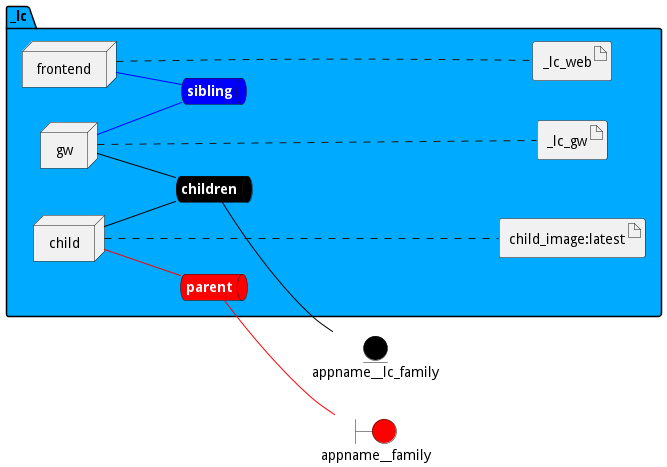
This is docs/sabr/aml/lc/envs/test/deployment.png from madajaju/sabr, a PlantUML export, as it was before one commit. Source of this version:
```plantuml
@startuml

left to right direction


boundary appname__family #red


entity appname__lc_family #black




package "_lc" #00aaff {
    queue childrennet #black [
            <b><color:white>children</color></b>
    ]

    childrennet -[#black]- appname__lc_family

    queue siblingnet #blue [
            <b><color:white>sibling</color></b>
    ]

    queue parentnet #red [
            <b><color:white>parent</color></b>
    ]

    parentnet -[#red]- appname__family


node "child" as childService
node "frontend" as frontendService
node "gw" as gwService


        artifact "child_image:latest" as child_imagelatestimage

        artifact "_lc_web" as _lc_webimage

        artifact "_lc_gw" as _lc_gwimage

}

childService -[#black]- childrennet

childService -[#red]- parentnet

frontendService -[#blue]- siblingnet

gwService -[#black]- childrennet

gwService -[#blue]- siblingnet
childService .... child_imagelatestimage
frontendService .... _lc_webimage
gwService .... _lc_gwimage


@enduml
```
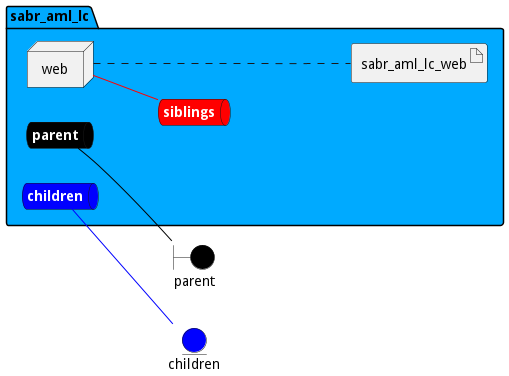
The same diagram one commit later.

Diff of the diagram source:
```diff
@@ -3,57 +3,41 @@
 left to right direction
 
 
-boundary appname__family #red
+boundary parent #black
 
 
-entity appname__lc_family #black
+entity children #blue
 
 
 
 
-package "_lc" #00aaff {
-    queue childrennet #black [
+package "sabr_aml_lc" #00aaff {
+    queue parentnet #black [
+            <b><color:white>parent</color></b>
+    ]
+
+    parentnet -[#black]- parent
+
+    queue childrennet #blue [
             <b><color:white>children</color></b>
     ]
 
-    childrennet -[#black]- appname__lc_family
+    childrennet -[#blue]- children
 
-    queue siblingnet #blue [
-            <b><color:white>sibling</color></b>
+    queue siblingsnet #red [
+            <b><color:white>siblings</color></b>
     ]
 
-    queue parentnet #red [
-            <b><color:white>parent</color></b>
-    ]
 
-    parentnet -[#red]- appname__family
+node "web" as webService
 
 
-node "child" as childService
-node "frontend" as frontendService
-node "gw" as gwService
-
-
-        artifact "child_image:latest" as child_imagelatestimage
-
-        artifact "_lc_web" as _lc_webimage
-
-        artifact "_lc_gw" as _lc_gwimage
+        artifact "sabr_aml_lc_web" as sabr_aml_lc_webimage
 
 }
 
-childService -[#black]- childrennet
-
-childService -[#red]- parentnet
-
-frontendService -[#blue]- siblingnet
-
-gwService -[#black]- childrennet
-
-gwService -[#blue]- siblingnet
-childService .... child_imagelatestimage
-frontendService .... _lc_webimage
-gwService .... _lc_gwimage
+webService -[#red]- siblingsnet
+webService .... sabr_aml_lc_webimage
 
 
 @enduml
```
